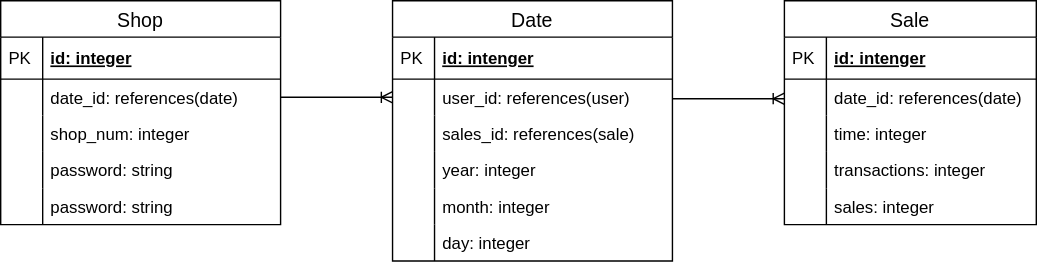
Before: sales.drawio.svg, a diagram exported from draw.io (Sugarless-sato-less/sales_manegement). Source tidied: cells renumbered, new cells last; positions are measured from the earlier drawing's top-left corner, leaving out a move shared by most shapes.
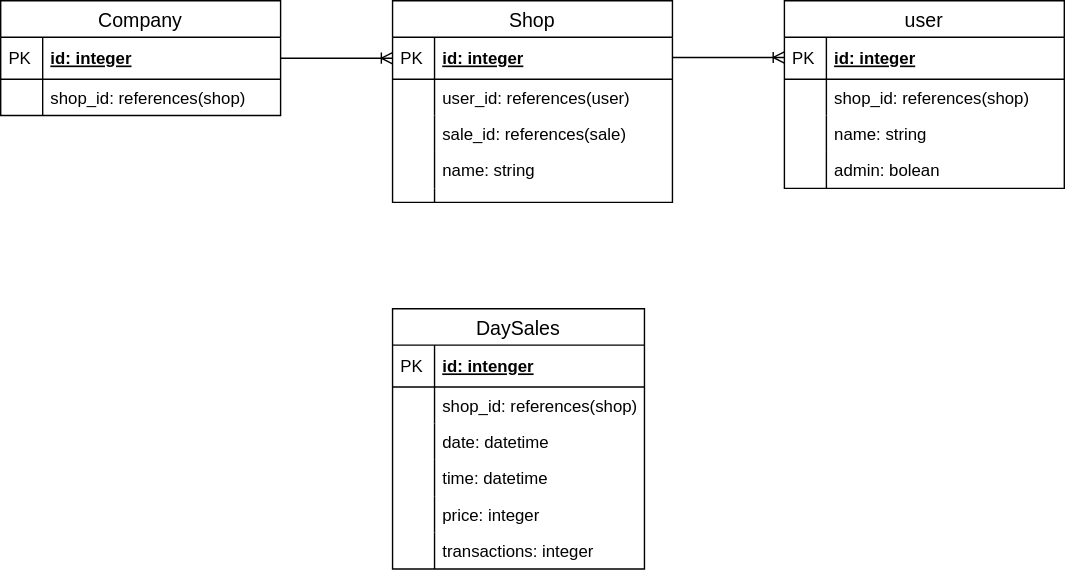
After the commit.

The edit, as a diff of the source:
```diff
@@ -2,8 +2,92 @@
   <root>
     <mxCell id="0" />
     <mxCell id="1" parent="0" />
+    <mxCell id="39" value="Company" style="swimlane;fontStyle=0;horizontal=1;startSize=26;align=center;fontSize=14;" parent="1" vertex="1">
+      <mxGeometry y="-220" width="200" height="82" as="geometry" />
+    </mxCell>
+    <mxCell id="40" value="id: integer" style="shape=partialRectangle;top=0;left=0;right=0;bottom=1;align=left;verticalAlign=middle;fillColor=none;spacingLeft=34;spacingRight=4;overflow=hidden;points=[[0,0.5],[1,0.5]];portConstraint=eastwest;fontStyle=5;fontSize=12;" parent="39" vertex="1">
+      <mxGeometry y="26" width="200" height="30" as="geometry" />
+    </mxCell>
+    <mxCell id="41" value="PK" style="shape=partialRectangle;top=0;left=0;bottom=0;fillColor=none;align=left;verticalAlign=middle;spacingLeft=4;spacingRight=4;overflow=hidden;fontSize=12;" parent="40" vertex="1">
+      <mxGeometry width="30" height="30" as="geometry" />
+    </mxCell>
+    <mxCell id="42" value="shop_id: references(shop)" style="shape=partialRectangle;top=0;left=0;right=0;bottom=0;align=left;verticalAlign=top;fillColor=none;spacingLeft=34;spacingRight=4;overflow=hidden;fontSize=12;" parent="39" vertex="1">
+      <mxGeometry y="56" width="200" height="26" as="geometry" />
+    </mxCell>
+    <mxCell id="43" style="shape=partialRectangle;top=0;left=0;bottom=0;fillColor=none;align=left;verticalAlign=top;spacingLeft=4;spacingRight=4;overflow=hidden;fontSize=12;" parent="42" vertex="1">
+      <mxGeometry width="30" height="26" as="geometry" />
+    </mxCell>
+    <mxCell id="44" style="edgeStyle=entityRelationEdgeStyle;fontSize=12;html=1;endArrow=ERoneToMany;entryX=0;entryY=0.5;entryDx=0;entryDy=0;exitX=1;exitY=0.5;exitDx=0;exitDy=0;" parent="1" edge="1" source="40" target="46">
+      <mxGeometry relative="1" as="geometry" />
+    </mxCell>
+    <mxCell id="45" value="Shop" style="swimlane;fontStyle=0;horizontal=1;startSize=26;align=center;fontSize=14;" parent="1" vertex="1">
+      <mxGeometry x="280" y="-220" width="200" height="144" as="geometry" />
+    </mxCell>
+    <mxCell id="46" value="id: integer" style="shape=partialRectangle;top=0;left=0;right=0;bottom=1;align=left;verticalAlign=middle;fillColor=none;spacingLeft=34;spacingRight=4;overflow=hidden;points=[[0,0.5],[1,0.5]];portConstraint=eastwest;fontStyle=5;fontSize=12;" parent="45" vertex="1">
+      <mxGeometry y="26" width="200" height="30" as="geometry" />
+    </mxCell>
+    <mxCell id="47" value="PK" style="shape=partialRectangle;top=0;left=0;bottom=0;fillColor=none;align=left;verticalAlign=middle;spacingLeft=4;spacingRight=4;overflow=hidden;fontSize=12;" parent="46" vertex="1">
+      <mxGeometry width="30" height="30" as="geometry" />
+    </mxCell>
+    <mxCell id="17" value="user_id: references(user)" style="shape=partialRectangle;top=0;left=0;right=0;bottom=0;align=left;verticalAlign=top;fillColor=none;spacingLeft=34;spacingRight=4;overflow=hidden;points=[[0,0.5],[1,0.5]];portConstraint=eastwest;fontSize=12;" parent="45" vertex="1">
+      <mxGeometry y="56" width="200" height="26" as="geometry" />
+    </mxCell>
+    <mxCell id="48" style="shape=partialRectangle;top=0;left=0;bottom=0;fillColor=none;align=left;verticalAlign=top;spacingLeft=4;spacingRight=4;overflow=hidden;fontSize=12;" parent="17" vertex="1">
+      <mxGeometry width="30" height="26" as="geometry" />
+    </mxCell>
+    <mxCell id="49" value="sale_id: references(sale)" style="shape=partialRectangle;top=0;left=0;right=0;bottom=0;align=left;verticalAlign=top;fillColor=none;spacingLeft=34;spacingRight=4;overflow=hidden;fontSize=12;" parent="45" vertex="1">
+      <mxGeometry y="82" width="200" height="26" as="geometry" />
+    </mxCell>
+    <mxCell id="50" style="shape=partialRectangle;top=0;left=0;bottom=0;fillColor=none;align=left;verticalAlign=top;spacingLeft=4;spacingRight=4;overflow=hidden;fontSize=12;" parent="49" vertex="1">
+      <mxGeometry width="30" height="26" as="geometry" />
+    </mxCell>
+    <mxCell id="51" value="name: string" style="shape=partialRectangle;top=0;left=0;right=0;bottom=0;align=left;verticalAlign=top;fillColor=none;spacingLeft=34;spacingRight=4;overflow=hidden;fontSize=12;" parent="45" vertex="1">
+      <mxGeometry y="108" width="200" height="26" as="geometry" />
+    </mxCell>
+    <mxCell id="52" style="shape=partialRectangle;top=0;left=0;bottom=0;fillColor=none;align=left;verticalAlign=top;spacingLeft=4;spacingRight=4;overflow=hidden;fontSize=12;" parent="51" vertex="1">
+      <mxGeometry width="30" height="26" as="geometry" />
+    </mxCell>
+    <mxCell id="53" style="shape=partialRectangle;top=0;left=0;right=0;bottom=0;align=left;verticalAlign=top;fillColor=none;spacingLeft=34;spacingRight=4;overflow=hidden;fontSize=12;" parent="45" vertex="1">
+      <mxGeometry y="134" width="200" height="10" as="geometry" />
+    </mxCell>
+    <mxCell id="54" style="shape=partialRectangle;top=0;left=0;bottom=0;fillColor=none;align=left;verticalAlign=top;spacingLeft=4;spacingRight=4;overflow=hidden;fontSize=12;" parent="53" vertex="1">
+      <mxGeometry width="30" height="10" as="geometry" />
+    </mxCell>
+    <mxCell id="27" value="user" style="swimlane;fontStyle=0;horizontal=1;startSize=26;align=center;fontSize=14;" parent="1" vertex="1">
+      <mxGeometry x="560" y="-220" width="200" height="134" as="geometry" />
+    </mxCell>
+    <mxCell id="28" value="id: integer" style="shape=partialRectangle;top=0;left=0;right=0;bottom=1;align=left;verticalAlign=middle;fillColor=none;spacingLeft=34;spacingRight=4;overflow=hidden;fontStyle=5;fontSize=12;" parent="27" vertex="1">
+      <mxGeometry y="26" width="200" height="30" as="geometry" />
+    </mxCell>
+    <mxCell id="29" value="PK" style="shape=partialRectangle;top=0;left=0;bottom=0;fillColor=none;align=left;verticalAlign=middle;spacingLeft=4;spacingRight=4;overflow=hidden;fontSize=12;" parent="28" vertex="1">
+      <mxGeometry width="30" height="30" as="geometry" />
+    </mxCell>
+    <mxCell id="30" value="shop_id: references(shop)" style="shape=partialRectangle;top=0;left=0;right=0;bottom=0;align=left;verticalAlign=top;fillColor=none;spacingLeft=34;spacingRight=4;overflow=hidden;points=[[0,0.5],[1,0.5]];portConstraint=eastwest;fontSize=12;" parent="27" vertex="1">
+      <mxGeometry y="56" width="200" height="26" as="geometry" />
+    </mxCell>
+    <mxCell id="31" style="shape=partialRectangle;top=0;left=0;bottom=0;fillColor=none;align=left;verticalAlign=top;spacingLeft=4;spacingRight=4;overflow=hidden;fontSize=12;" parent="30" vertex="1">
+      <mxGeometry width="30" height="26" as="geometry" />
+    </mxCell>
+    <mxCell id="32" value="name: string" style="shape=partialRectangle;top=0;left=0;right=0;bottom=0;align=left;verticalAlign=top;fillColor=none;spacingLeft=34;spacingRight=4;overflow=hidden;fontSize=12;" parent="27" vertex="1">
+      <mxGeometry y="82" width="200" height="26" as="geometry" />
+    </mxCell>
+    <mxCell id="33" style="shape=partialRectangle;top=0;left=0;bottom=0;fillColor=none;align=left;verticalAlign=top;spacingLeft=4;spacingRight=4;overflow=hidden;fontSize=12;" parent="32" vertex="1">
+      <mxGeometry width="30" height="26" as="geometry" />
+    </mxCell>
+    <mxCell id="55" value="admin: bolean" style="shape=partialRectangle;top=0;left=0;right=0;bottom=0;align=left;verticalAlign=top;fillColor=none;spacingLeft=34;spacingRight=4;overflow=hidden;fontSize=12;" parent="27" vertex="1">
+      <mxGeometry y="108" width="200" height="26" as="geometry" />
+    </mxCell>
+    <mxCell id="56" style="shape=partialRectangle;top=0;left=0;bottom=0;fillColor=none;align=left;verticalAlign=top;spacingLeft=4;spacingRight=4;overflow=hidden;fontSize=12;" parent="55" vertex="1">
+      <mxGeometry width="30" height="26" as="geometry" />
+    </mxCell>
+    <mxCell id="57" style="edgeStyle=entityRelationEdgeStyle;fontSize=12;html=1;endArrow=ERoneToMany;entryX=0;entryY=0.5;entryDx=0;entryDy=0;exitX=1;exitY=0.5;exitDx=0;exitDy=0;" parent="1" edge="1">
+      <mxGeometry relative="1" as="geometry">
+        <mxPoint x="480" y="-179.5" as="sourcePoint" />
+        <mxPoint x="560" y="-179.5" as="targetPoint" />
+      </mxGeometry>
+    </mxCell>
-    <mxCell id="2" value="Sale" style="swimlane;fontStyle=0;horizontal=1;startSize=26;align=center;fontSize=14;fillColor=none;" parent="1" vertex="1">
-      <mxGeometry x="560" width="180" height="160" as="geometry" />
+    <mxCell id="2" value="DaySales" style="swimlane;fontStyle=0;horizontal=1;startSize=26;align=center;fontSize=14;fillColor=none;" parent="1" vertex="1">
+      <mxGeometry x="280" width="180" height="186" as="geometry" />
     </mxCell>
     <mxCell id="3" value="id: intenger" style="shape=partialRectangle;top=0;left=0;right=0;bottom=1;align=left;verticalAlign=middle;fillColor=none;spacingLeft=34;spacingRight=4;overflow=hidden;fontStyle=5;fontSize=12;" parent="2" vertex="1">
       <mxGeometry y="26" width="180" height="30" as="geometry" />
@@ -11,110 +95,35 @@
     <mxCell id="4" value="PK" style="shape=partialRectangle;top=0;left=0;bottom=0;fillColor=none;align=left;verticalAlign=middle;spacingLeft=4;spacingRight=4;overflow=hidden;fontSize=12;" parent="3" vertex="1">
       <mxGeometry width="30" height="30" as="geometry" />
     </mxCell>
-    <mxCell id="5" value="date_id: references(date)" style="shape=partialRectangle;top=0;left=0;right=0;bottom=0;align=left;verticalAlign=top;fillColor=none;spacingLeft=34;spacingRight=4;overflow=hidden;fontSize=12;" parent="2" vertex="1">
+    <mxCell id="5" value="shop_id: references(shop)" style="shape=partialRectangle;top=0;left=0;right=0;bottom=0;align=left;verticalAlign=top;fillColor=none;spacingLeft=34;spacingRight=4;overflow=hidden;fontSize=12;" parent="2" vertex="1">
       <mxGeometry y="56" width="180" height="26" as="geometry" />
     </mxCell>
     <mxCell id="6" style="shape=partialRectangle;top=0;left=0;bottom=0;fillColor=none;align=left;verticalAlign=top;spacingLeft=4;spacingRight=4;overflow=hidden;fontSize=12;" parent="5" vertex="1">
       <mxGeometry width="30" height="26" as="geometry" />
     </mxCell>
-    <mxCell id="7" value="time: integer" style="shape=partialRectangle;top=0;left=0;right=0;bottom=0;align=left;verticalAlign=top;fillColor=none;spacingLeft=34;spacingRight=4;overflow=hidden;fontSize=12;" parent="2" vertex="1">
+    <mxCell id="7" value="date: datetime" style="shape=partialRectangle;top=0;left=0;right=0;bottom=0;align=left;verticalAlign=top;fillColor=none;spacingLeft=34;spacingRight=4;overflow=hidden;fontSize=12;" parent="2" vertex="1">
       <mxGeometry y="82" width="180" height="26" as="geometry" />
     </mxCell>
     <mxCell id="8" style="shape=partialRectangle;top=0;left=0;bottom=0;fillColor=none;align=left;verticalAlign=top;spacingLeft=4;spacingRight=4;overflow=hidden;fontSize=12;" parent="7" vertex="1">
       <mxGeometry width="30" height="26" as="geometry" />
     </mxCell>
+    <mxCell id="58" value="time: datetime" style="shape=partialRectangle;top=0;left=0;right=0;bottom=0;align=left;verticalAlign=top;fillColor=none;spacingLeft=34;spacingRight=4;overflow=hidden;fontSize=12;" parent="2" vertex="1">
+      <mxGeometry y="108" width="180" height="26" as="geometry" />
+    </mxCell>
+    <mxCell id="59" style="shape=partialRectangle;top=0;left=0;bottom=0;fillColor=none;align=left;verticalAlign=top;spacingLeft=4;spacingRight=4;overflow=hidden;fontSize=12;" parent="58" vertex="1">
+      <mxGeometry width="30" height="26" as="geometry" />
+    </mxCell>
+    <mxCell id="60" value="price: integer" style="shape=partialRectangle;top=0;left=0;right=0;bottom=0;align=left;verticalAlign=top;fillColor=none;spacingLeft=34;spacingRight=4;overflow=hidden;fontSize=12;" parent="2" vertex="1">
+      <mxGeometry y="134" width="180" height="26" as="geometry" />
+    </mxCell>
+    <mxCell id="61" style="shape=partialRectangle;top=0;left=0;bottom=0;fillColor=none;align=left;verticalAlign=top;spacingLeft=4;spacingRight=4;overflow=hidden;fontSize=12;" parent="60" vertex="1">
+      <mxGeometry width="30" height="26" as="geometry" />
+    </mxCell>
     <mxCell id="9" value="transactions: integer" style="shape=partialRectangle;top=0;left=0;right=0;bottom=0;align=left;verticalAlign=top;fillColor=none;spacingLeft=34;spacingRight=4;overflow=hidden;fontSize=12;" parent="2" vertex="1">
-      <mxGeometry y="108" width="180" height="26" as="geometry" />
+      <mxGeometry y="160" width="180" height="26" as="geometry" />
     </mxCell>
-    <mxCell id="10" style="shape=partialRectangle;top=0;left=0;bottom=0;fillColor=none;align=left;verticalAlign=top;spacingLeft=4;spacingRight=4;overflow=hidden;fontSize=12;" parent="9" vertex="1">
-      <mxGeometry width="30" height="26" as="geometry" />
-    </mxCell>
-    <mxCell id="11" value="sales: integer" style="shape=partialRectangle;top=0;left=0;right=0;bottom=0;align=left;verticalAlign=top;fillColor=none;spacingLeft=34;spacingRight=4;overflow=hidden;fontSize=12;" parent="2" vertex="1">
-      <mxGeometry y="134" width="180" height="26" as="geometry" />
-    </mxCell>
-    <mxCell id="12" style="shape=partialRectangle;top=0;left=0;bottom=0;fillColor=none;align=left;verticalAlign=top;spacingLeft=4;spacingRight=4;overflow=hidden;fontSize=12;" parent="11" vertex="1">
-      <mxGeometry width="30" height="26" as="geometry" />
-    </mxCell>
-    <mxCell id="13" style="edgeStyle=entityRelationEdgeStyle;fontSize=12;html=1;endArrow=ERoneToMany;exitX=1;exitY=0.5;exitDx=0;exitDy=0;entryX=0;entryY=0.5;entryDx=0;entryDy=0;" parent="1" edge="1" source="30" target="17">
-      <mxGeometry relative="1" as="geometry" />
-    </mxCell>
-    <mxCell id="14" value="Date" style="swimlane;fontStyle=0;horizontal=1;startSize=26;align=center;fontSize=14;" parent="1" vertex="1">
-      <mxGeometry x="280" width="200" height="186" as="geometry" />
-    </mxCell>
-    <mxCell id="15" value="id: intenger" style="shape=partialRectangle;top=0;left=0;right=0;bottom=1;align=left;verticalAlign=middle;fillColor=none;spacingLeft=34;spacingRight=4;overflow=hidden;fontStyle=5;fontSize=12;" parent="14" vertex="1">
-      <mxGeometry y="26" width="200" height="30" as="geometry" />
-    </mxCell>
-    <mxCell id="16" value="PK" style="shape=partialRectangle;top=0;left=0;bottom=0;fillColor=none;align=left;verticalAlign=middle;spacingLeft=4;spacingRight=4;overflow=hidden;fontSize=12;" parent="15" vertex="1">
-      <mxGeometry width="30" height="30" as="geometry" />
-    </mxCell>
-    <mxCell id="17" value="user_id: references(user)" style="shape=partialRectangle;top=0;left=0;right=0;bottom=0;align=left;verticalAlign=top;fillColor=none;spacingLeft=34;spacingRight=4;overflow=hidden;points=[[0,0.5],[1,0.5]];portConstraint=eastwest;fontSize=12;" parent="14" vertex="1">
-      <mxGeometry y="56" width="200" height="26" as="geometry" />
-    </mxCell>
-    <mxCell id="18" style="shape=partialRectangle;top=0;left=0;bottom=0;fillColor=none;align=left;verticalAlign=top;spacingLeft=4;spacingRight=4;overflow=hidden;fontSize=12;" parent="17" vertex="1">
-      <mxGeometry width="30" height="26" as="geometry" />
-    </mxCell>
-    <mxCell id="19" value="sales_id: references(sale)" style="shape=partialRectangle;top=0;left=0;right=0;bottom=0;align=left;verticalAlign=top;fillColor=none;spacingLeft=34;spacingRight=4;overflow=hidden;fontSize=12;" parent="14" vertex="1">
-      <mxGeometry y="82" width="200" height="26" as="geometry" />
-    </mxCell>
-    <mxCell id="20" style="shape=partialRectangle;top=0;left=0;bottom=0;fillColor=none;align=left;verticalAlign=top;spacingLeft=4;spacingRight=4;overflow=hidden;fontSize=12;" parent="19" vertex="1">
-      <mxGeometry width="30" height="26" as="geometry" />
-    </mxCell>
-    <mxCell id="21" value="year: integer" style="shape=partialRectangle;top=0;left=0;right=0;bottom=0;align=left;verticalAlign=top;fillColor=none;spacingLeft=34;spacingRight=4;overflow=hidden;fontSize=12;" parent="14" vertex="1">
-      <mxGeometry y="108" width="200" height="26" as="geometry" />
-    </mxCell>
-    <mxCell id="22" style="shape=partialRectangle;top=0;left=0;bottom=0;fillColor=none;align=left;verticalAlign=top;spacingLeft=4;spacingRight=4;overflow=hidden;fontSize=12;" parent="21" vertex="1">
-      <mxGeometry width="30" height="26" as="geometry" />
-    </mxCell>
-    <mxCell id="23" value="month: integer" style="shape=partialRectangle;top=0;left=0;right=0;bottom=0;align=left;verticalAlign=top;fillColor=none;spacingLeft=34;spacingRight=4;overflow=hidden;fontSize=12;" parent="14" vertex="1">
-      <mxGeometry y="134" width="200" height="26" as="geometry" />
-    </mxCell>
-    <mxCell id="24" style="shape=partialRectangle;top=0;left=0;bottom=0;fillColor=none;align=left;verticalAlign=top;spacingLeft=4;spacingRight=4;overflow=hidden;fontSize=12;" parent="23" vertex="1">
-      <mxGeometry width="30" height="26" as="geometry" />
-    </mxCell>
-    <mxCell id="25" value="day: integer" style="shape=partialRectangle;top=0;left=0;right=0;bottom=0;align=left;verticalAlign=top;fillColor=none;spacingLeft=34;spacingRight=4;overflow=hidden;fontSize=12;" parent="14" vertex="1">
-      <mxGeometry y="160" width="200" height="26" as="geometry" />
-    </mxCell>
-    <mxCell id="26" style="shape=partialRectangle;top=0;left=0;bottom=0;fillColor=none;align=left;verticalAlign=top;spacingLeft=4;spacingRight=4;overflow=hidden;fontSize=12;" parent="25" vertex="1">
-      <mxGeometry width="30" height="26" as="geometry" />
-    </mxCell>
-    <mxCell id="27" value="Shop" style="swimlane;fontStyle=0;horizontal=1;startSize=26;align=center;fontSize=14;" parent="1" vertex="1">
-      <mxGeometry width="200" height="160" as="geometry" />
-    </mxCell>
-    <mxCell id="28" value="id: integer" style="shape=partialRectangle;top=0;left=0;right=0;bottom=1;align=left;verticalAlign=middle;fillColor=none;spacingLeft=34;spacingRight=4;overflow=hidden;fontStyle=5;fontSize=12;" parent="27" vertex="1">
-      <mxGeometry y="26" width="200" height="30" as="geometry" />
-    </mxCell>
-    <mxCell id="29" value="PK" style="shape=partialRectangle;top=0;left=0;bottom=0;fillColor=none;align=left;verticalAlign=middle;spacingLeft=4;spacingRight=4;overflow=hidden;fontSize=12;" parent="28" vertex="1">
-      <mxGeometry width="30" height="30" as="geometry" />
-    </mxCell>
-    <mxCell id="30" value="date_id: references(date)" style="shape=partialRectangle;top=0;left=0;right=0;bottom=0;align=left;verticalAlign=top;fillColor=none;spacingLeft=34;spacingRight=4;overflow=hidden;points=[[0,0.5],[1,0.5]];portConstraint=eastwest;fontSize=12;" parent="27" vertex="1">
-      <mxGeometry y="56" width="200" height="26" as="geometry" />
-    </mxCell>
-    <mxCell id="31" style="shape=partialRectangle;top=0;left=0;bottom=0;fillColor=none;align=left;verticalAlign=top;spacingLeft=4;spacingRight=4;overflow=hidden;fontSize=12;" parent="30" vertex="1">
-      <mxGeometry width="30" height="26" as="geometry" />
-    </mxCell>
-    <mxCell id="32" value="shop_num: integer" style="shape=partialRectangle;top=0;left=0;right=0;bottom=0;align=left;verticalAlign=top;fillColor=none;spacingLeft=34;spacingRight=4;overflow=hidden;fontSize=12;" parent="27" vertex="1">
-      <mxGeometry y="82" width="200" height="26" as="geometry" />
-    </mxCell>
-    <mxCell id="33" style="shape=partialRectangle;top=0;left=0;bottom=0;fillColor=none;align=left;verticalAlign=top;spacingLeft=4;spacingRight=4;overflow=hidden;fontSize=12;" parent="32" vertex="1">
-      <mxGeometry width="30" height="26" as="geometry" />
-    </mxCell>
-    <mxCell id="34" value="password: string" style="shape=partialRectangle;top=0;left=0;right=0;bottom=0;align=left;verticalAlign=top;fillColor=none;spacingLeft=34;spacingRight=4;overflow=hidden;fontSize=12;" parent="27" vertex="1">
-      <mxGeometry y="108" width="200" height="26" as="geometry" />
-    </mxCell>
-    <mxCell id="35" style="shape=partialRectangle;top=0;left=0;bottom=0;fillColor=none;align=left;verticalAlign=top;spacingLeft=4;spacingRight=4;overflow=hidden;fontSize=12;" parent="34" vertex="1">
-      <mxGeometry width="30" height="26" as="geometry" />
-    </mxCell>
-    <mxCell id="36" value="password: string" style="shape=partialRectangle;top=0;left=0;right=0;bottom=0;align=left;verticalAlign=top;fillColor=none;spacingLeft=34;spacingRight=4;overflow=hidden;fontSize=12;" parent="27" vertex="1">
-      <mxGeometry y="134" width="200" height="26" as="geometry" />
-    </mxCell>
-    <mxCell id="37" style="shape=partialRectangle;top=0;left=0;bottom=0;fillColor=none;align=left;verticalAlign=top;spacingLeft=4;spacingRight=4;overflow=hidden;fontSize=12;" parent="36" vertex="1">
-      <mxGeometry width="30" height="26" as="geometry" />
-    </mxCell>
-    <mxCell id="38" style="edgeStyle=entityRelationEdgeStyle;fontSize=12;html=1;endArrow=ERoneToMany;" parent="1" edge="1">
-      <mxGeometry relative="1" as="geometry">
-        <mxPoint x="480" y="70" as="sourcePoint" />
-        <mxPoint x="560" y="70" as="targetPoint" />
-      </mxGeometry>
-    </mxCell>
+    <mxCell id="62" style="shape=partialRectangle;top=0;left=0;bottom=0;fillColor=none;align=left;verticalAlign=top;spacingLeft=4;spacingRight=4;overflow=hidden;fontSize=12;" parent="9" vertex="1">
+      <mxGeometry width="30" height="26" as="geometry" />
+    </mxCell>
   </root>
 </mxGraphModel>
```
